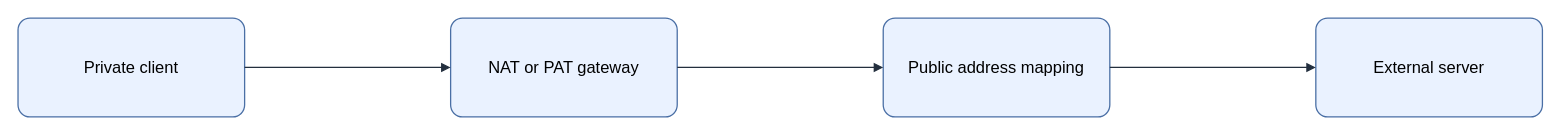
This is assets/img/network/nat-pat-translation-flow.drawio from KKamJi98/kkamji98.github.io, a draw.io file, before an edit. Source tidied: cells renumbered, new cells numbered last; positions are measured from the earlier drawing's top-left corner, leaving out a move shared by most shapes. Both pictures are drawn from the tidied source at 103%, with x=0, y=0 at pixel (18, 18).
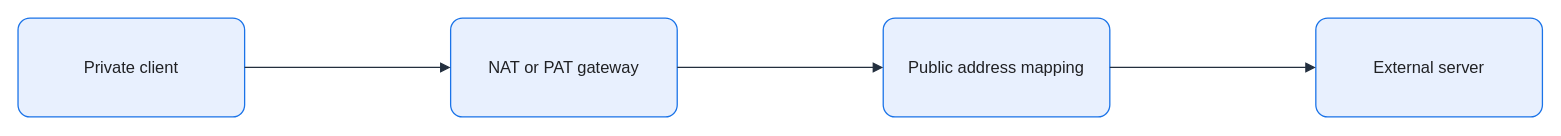
The same diagram, later.

The edit, as a diff of the source:
```diff
@@
 <mxGraphModel background="#FFFFFF">
   <root>
     <mxCell id="0" />
     <mxCell id="1" parent="0" />
-    <mxCell id="2" value="Private client" style="rounded=1;arcSize=12;whiteSpace=wrap;html=0;fillColor=#EAF2FF;strokeColor=#4A6FA5;strokeWidth=1.25;fontColor=#000000;fontSize=16;align=center;verticalAlign=middle;spacing=8;shadow=0;" parent="1" vertex="1">
+    <mxCell id="2" value="Private client" style="rounded=1;arcSize=12;whiteSpace=wrap;html=0;fillColor=#E8F0FE;strokeColor=#1A73E8;strokeWidth=1.25;fontColor=#202124;fontSize=16;align=center;verticalAlign=middle;spacing=8;shadow=0;" parent="1" vertex="1">
       <mxGeometry width="220" height="96" as="geometry" />
     </mxCell>
-    <mxCell id="3" value="NAT or PAT gateway" style="rounded=1;arcSize=12;whiteSpace=wrap;html=0;fillColor=#EAF2FF;strokeColor=#4A6FA5;strokeWidth=1.25;fontColor=#000000;fontSize=16;align=center;verticalAlign=middle;spacing=8;shadow=0;" parent="1" vertex="1">
+    <mxCell id="3" value="NAT or PAT gateway" style="rounded=1;arcSize=12;whiteSpace=wrap;html=0;fillColor=#E8F0FE;strokeColor=#1A73E8;strokeWidth=1.25;fontColor=#202124;fontSize=16;align=center;verticalAlign=middle;spacing=8;shadow=0;" parent="1" vertex="1">
       <mxGeometry x="420" width="220" height="96" as="geometry" />
     </mxCell>
-    <mxCell id="4" value="Public address mapping" style="rounded=1;arcSize=12;whiteSpace=wrap;html=0;fillColor=#EAF2FF;strokeColor=#4A6FA5;strokeWidth=1.25;fontColor=#000000;fontSize=16;align=center;verticalAlign=middle;spacing=8;shadow=0;" parent="1" vertex="1">
+    <mxCell id="4" value="Public address mapping" style="rounded=1;arcSize=12;whiteSpace=wrap;html=0;fillColor=#E8F0FE;strokeColor=#1A73E8;strokeWidth=1.25;fontColor=#202124;fontSize=16;align=center;verticalAlign=middle;spacing=8;shadow=0;" parent="1" vertex="1">
       <mxGeometry x="840" width="220" height="96" as="geometry" />
     </mxCell>
-    <mxCell id="5" value="External server" style="rounded=1;arcSize=12;whiteSpace=wrap;html=0;fillColor=#EAF2FF;strokeColor=#4A6FA5;strokeWidth=1.25;fontColor=#000000;fontSize=16;align=center;verticalAlign=middle;spacing=8;shadow=0;" parent="1" vertex="1">
+    <mxCell id="5" value="External server" style="rounded=1;arcSize=12;whiteSpace=wrap;html=0;fillColor=#E8F0FE;strokeColor=#1A73E8;strokeWidth=1.25;fontColor=#202124;fontSize=16;align=center;verticalAlign=middle;spacing=8;shadow=0;" parent="1" vertex="1">
       <mxGeometry x="1260" width="220" height="96" as="geometry" />
     </mxCell>
-    <mxCell id="6" style="edgeStyle=orthogonalEdgeStyle;rounded=0;jettySize=auto;html=0;endArrow=block;endFill=1;strokeColor=#232F3E;strokeWidth=1.25;fontColor=#000000;labelBackgroundColor=none;exitX=1;exitY=0.5;exitDx=0;exitDy=0;entryX=0;entryY=0.5;entryDx=0;entryDy=0;" parent="1" edge="1" source="2" target="3">
+    <mxCell id="6" style="edgeStyle=orthogonalEdgeStyle;rounded=0;jettySize=auto;html=0;endArrow=block;endFill=1;strokeColor=#232F3E;strokeWidth=1.25;fontColor=#202124;labelBackgroundColor=none;exitX=1;exitY=0.5;exitDx=0;exitDy=0;entryX=0;entryY=0.5;entryDx=0;entryDy=0;endSize=7;" parent="1" edge="1" source="2" target="3">
       <mxGeometry relative="1" as="geometry" />
     </mxCell>
-    <mxCell id="7" style="edgeStyle=orthogonalEdgeStyle;rounded=0;jettySize=auto;html=0;endArrow=block;endFill=1;strokeColor=#232F3E;strokeWidth=1.25;fontColor=#000000;labelBackgroundColor=none;exitX=1;exitY=0.5;exitDx=0;exitDy=0;entryX=0;entryY=0.5;entryDx=0;entryDy=0;" parent="1" edge="1" source="3" target="4">
+    <mxCell id="7" style="edgeStyle=orthogonalEdgeStyle;rounded=0;jettySize=auto;html=0;endArrow=block;endFill=1;strokeColor=#232F3E;strokeWidth=1.25;fontColor=#202124;labelBackgroundColor=none;exitX=1;exitY=0.5;exitDx=0;exitDy=0;entryX=0;entryY=0.5;entryDx=0;entryDy=0;endSize=7;" parent="1" edge="1" source="3" target="4">
       <mxGeometry relative="1" as="geometry" />
     </mxCell>
-    <mxCell id="8" style="edgeStyle=orthogonalEdgeStyle;rounded=0;jettySize=auto;html=0;endArrow=block;endFill=1;strokeColor=#232F3E;strokeWidth=1.25;fontColor=#000000;labelBackgroundColor=none;exitX=1;exitY=0.5;exitDx=0;exitDy=0;entryX=0;entryY=0.5;entryDx=0;entryDy=0;" parent="1" edge="1" source="4" target="5">
+    <mxCell id="8" style="edgeStyle=orthogonalEdgeStyle;rounded=0;jettySize=auto;html=0;endArrow=block;endFill=1;strokeColor=#232F3E;strokeWidth=1.25;fontColor=#202124;labelBackgroundColor=none;exitX=1;exitY=0.5;exitDx=0;exitDy=0;entryX=0;entryY=0.5;entryDx=0;entryDy=0;endSize=7;" parent="1" edge="1" source="4" target="5">
       <mxGeometry relative="1" as="geometry" />
     </mxCell>
   </root>
 </mxGraphModel>
```
